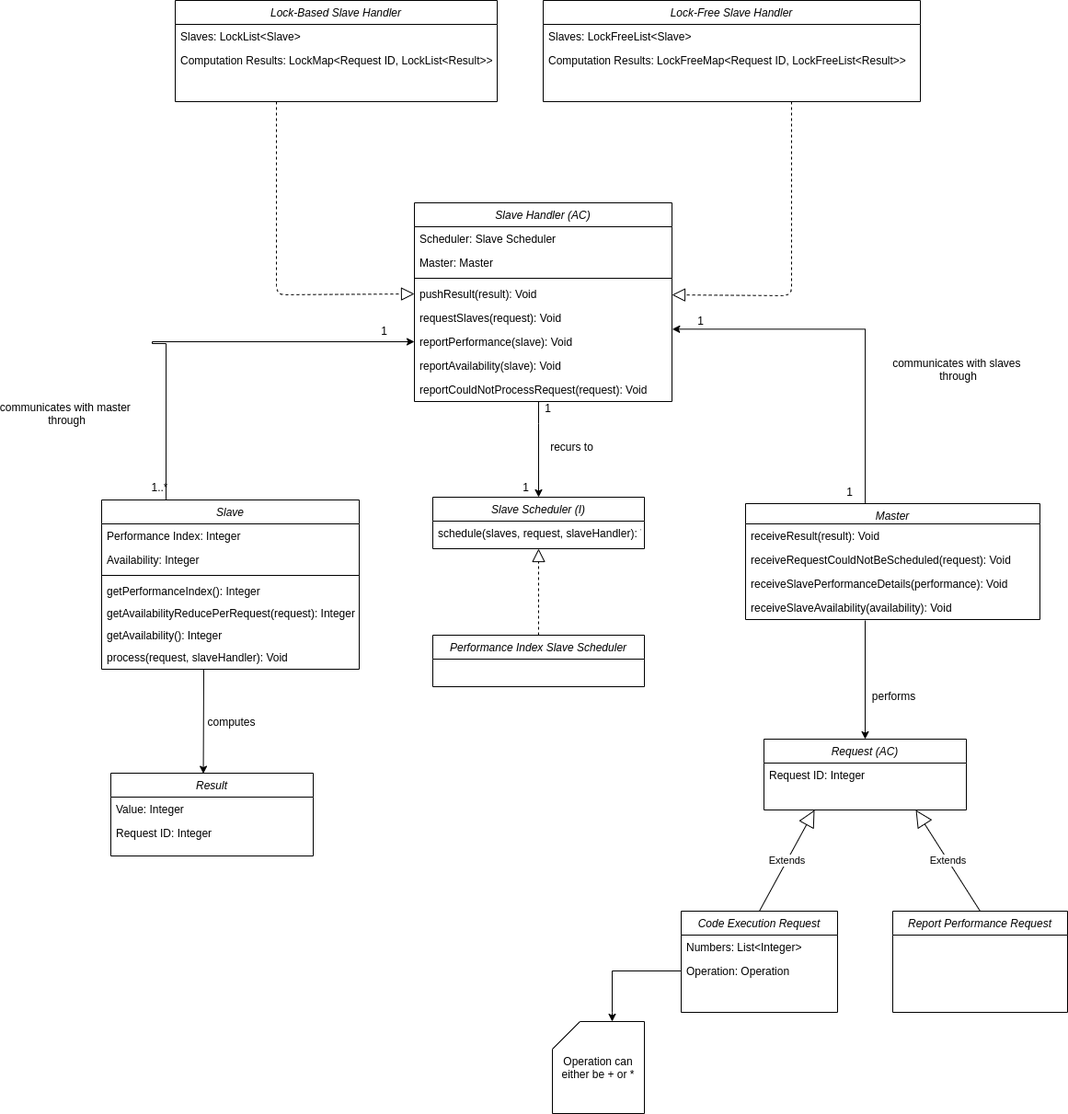
This is diagrams/res/domain.png from freitzzz/SOCOF19-20-G5, a draw.io export, as it was before one commit. Source tidied: cells renumbered, new cells last; positions are measured from the earlier drawing's top-left corner, leaving out a move shared by most shapes.
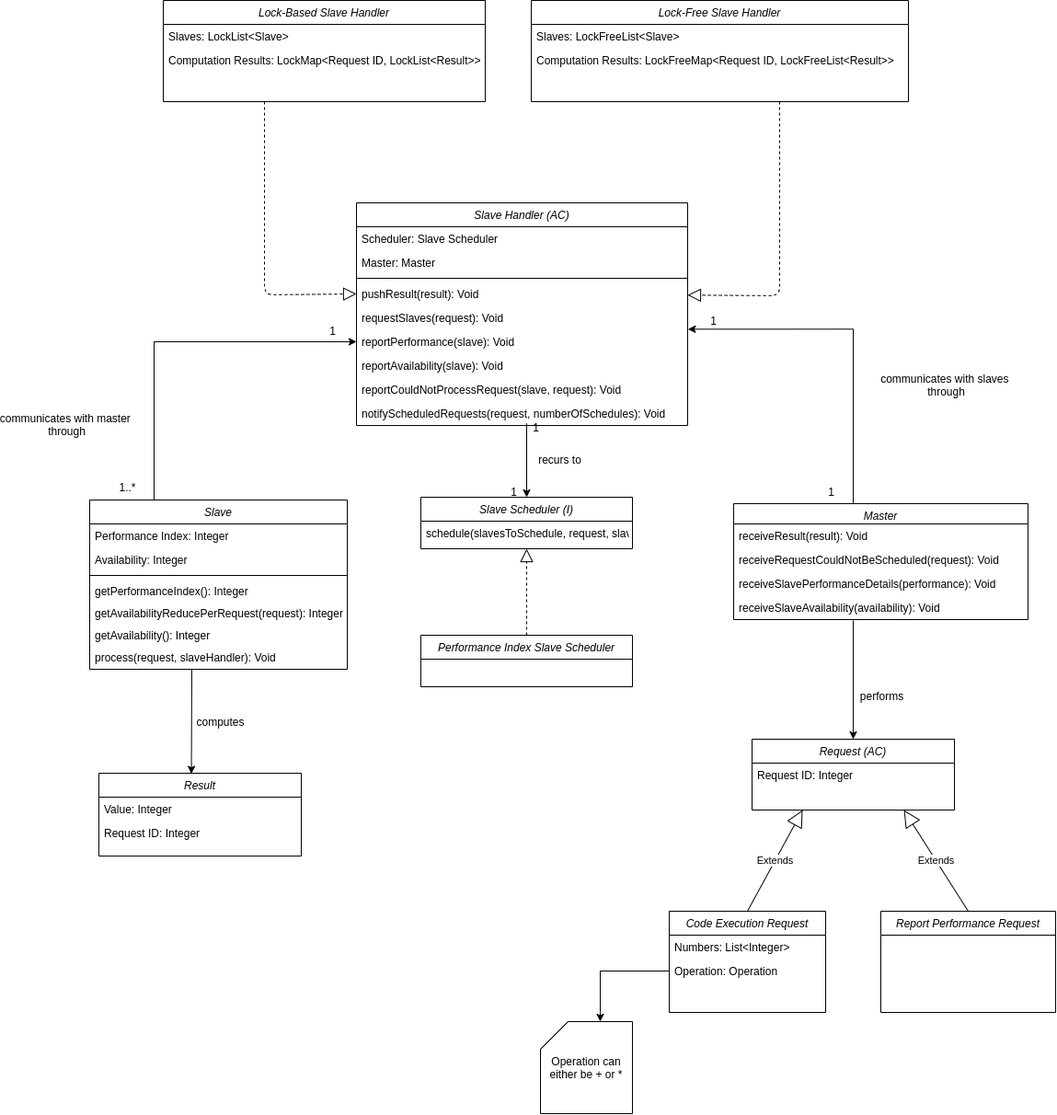
The same file after the commit.

Commit message:
Updated slave handler and slave schedule method signatures

Change to the diagram source:
```diff
@@ -5,9 +5,7 @@
     <mxCell id="2" style="edgeStyle=orthogonalEdgeStyle;rounded=0;jettySize=auto;html=1;exitX=0.25;exitY=0;exitDx=0;exitDy=0;entryX=0;entryY=0.5;entryDx=0;entryDy=0;" parent="1" edge="1" source="38" target="24">
       <mxGeometry relative="1" as="geometry">
         <Array as="points">
-          <mxPoint x="70" y="373" />
-          <mxPoint x="55" y="373" />
-          <mxPoint x="55" y="371" />
+          <mxPoint x="70" y="371" />
         </Array>
       </mxGeometry>
     </mxCell>
@@ -97,32 +95,35 @@
       </mxGeometry>
     </mxCell>
     <mxCell id="18" value="Slave Handler (AC)" style="swimlane;fontStyle=2;align=center;verticalAlign=top;horizontal=1;startSize=26;rounded=0;shadow=0;strokeWidth=1;" parent="1" vertex="1">
-      <mxGeometry x="340" y="220" width="280" height="216" as="geometry" />
+      <mxGeometry x="290" y="220" width="360" height="242" as="geometry" />
     </mxCell>
     <mxCell id="19" value="Scheduler: Slave Scheduler" style="text;align=left;verticalAlign=top;spacingLeft=4;spacingRight=4;overflow=hidden;rounded=0;shadow=0;html=0;" parent="18" vertex="1">
-      <mxGeometry y="26" width="280" height="26" as="geometry" />
+      <mxGeometry y="26" width="360" height="26" as="geometry" />
     </mxCell>
     <mxCell id="20" value="Master: Master" style="text;align=left;verticalAlign=top;spacingLeft=4;spacingRight=4;overflow=hidden;rounded=0;shadow=0;html=0;" parent="18" vertex="1">
-      <mxGeometry y="52" width="280" height="26" as="geometry" />
+      <mxGeometry y="52" width="360" height="26" as="geometry" />
     </mxCell>
     <mxCell id="21" style="line;html=1;strokeWidth=1;align=left;verticalAlign=middle;spacingTop=-1;spacingLeft=3;spacingRight=3;labelPosition=right;" parent="18" vertex="1">
-      <mxGeometry y="78" width="280" height="8" as="geometry" />
+      <mxGeometry y="78" width="360" height="8" as="geometry" />
     </mxCell>
     <mxCell id="22" value="pushResult(result): Void" style="text;align=left;verticalAlign=top;spacingLeft=4;spacingRight=4;overflow=hidden;points=[[0,0.5],[1,0.5]];portConstraint=eastwest;rounded=0;shadow=0;html=0;" parent="18" vertex="1">
-      <mxGeometry y="86" width="280" height="26" as="geometry" />
+      <mxGeometry y="86" width="360" height="26" as="geometry" />
     </mxCell>
     <mxCell id="23" value="requestSlaves(request): Void" style="text;align=left;verticalAlign=top;spacingLeft=4;spacingRight=4;overflow=hidden;rounded=0;shadow=0;html=0;" parent="18" vertex="1">
-      <mxGeometry y="112" width="280" height="26" as="geometry" />
+      <mxGeometry y="112" width="360" height="26" as="geometry" />
     </mxCell>
     <mxCell id="24" value="reportPerformance(slave): Void" style="text;align=left;verticalAlign=top;spacingLeft=4;spacingRight=4;overflow=hidden;points=[[0,0.5],[1,0.5]];portConstraint=eastwest;rounded=0;shadow=0;html=0;" parent="18" vertex="1">
-      <mxGeometry y="138" width="280" height="26" as="geometry" />
+      <mxGeometry y="138" width="360" height="26" as="geometry" />
     </mxCell>
     <mxCell id="25" value="reportAvailability(slave): Void" style="text;align=left;verticalAlign=top;spacingLeft=4;spacingRight=4;overflow=hidden;rounded=0;shadow=0;html=0;" parent="18" vertex="1">
-      <mxGeometry y="164" width="280" height="26" as="geometry" />
+      <mxGeometry y="164" width="360" height="26" as="geometry" />
     </mxCell>
-    <mxCell id="26" value="reportCouldNotProcessRequest(request): Void" style="text;align=left;verticalAlign=top;spacingLeft=4;spacingRight=4;overflow=hidden;rounded=0;shadow=0;html=0;" parent="18" vertex="1">
-      <mxGeometry y="190" width="280" height="26" as="geometry" />
+    <mxCell id="26" value="reportCouldNotProcessRequest(slave, request): Void" style="text;align=left;verticalAlign=top;spacingLeft=4;spacingRight=4;overflow=hidden;rounded=0;shadow=0;html=0;" parent="18" vertex="1">
+      <mxGeometry y="190" width="360" height="26" as="geometry" />
     </mxCell>
+    <mxCell id="65" value="notifyScheduledRequests(request, numberOfSchedules): Void" style="text;align=left;verticalAlign=top;spacingLeft=4;spacingRight=4;overflow=hidden;rounded=0;shadow=0;html=0;" parent="18" vertex="1">
+      <mxGeometry y="216" width="360" height="26" as="geometry" />
+    </mxCell>
     <mxCell id="27" value="Lock-Based Slave Handler" style="swimlane;fontStyle=2;align=center;verticalAlign=top;horizontal=1;startSize=26;rounded=0;shadow=0;strokeWidth=1;" parent="1" vertex="1">
       <mxGeometry x="80" width="350" height="110" as="geometry" />
     </mxCell>
@@ -249,7 +250,7 @@
     <mxCell id="63" value="Slave Scheduler (I)" style="swimlane;fontStyle=2;align=center;verticalAlign=top;horizontal=1;startSize=26;rounded=0;shadow=0;strokeWidth=1;" parent="1" vertex="1">
       <mxGeometry x="360" y="540" width="230" height="56" as="geometry" />
     </mxCell>
-    <mxCell id="64" value="schedule(slaves, request, slaveHandler): Void" style="text;align=left;verticalAlign=top;spacingLeft=4;spacingRight=4;overflow=hidden;rounded=0;shadow=0;html=0;" parent="63" vertex="1">
+    <mxCell id="64" value="schedule(slavesToSchedule, request, slaveHandler): Void" style="text;align=left;verticalAlign=top;spacingLeft=4;spacingRight=4;overflow=hidden;rounded=0;shadow=0;html=0;" parent="63" vertex="1">
       <mxGeometry y="26" width="230" height="26" as="geometry" />
     </mxCell>
   </root>
```
